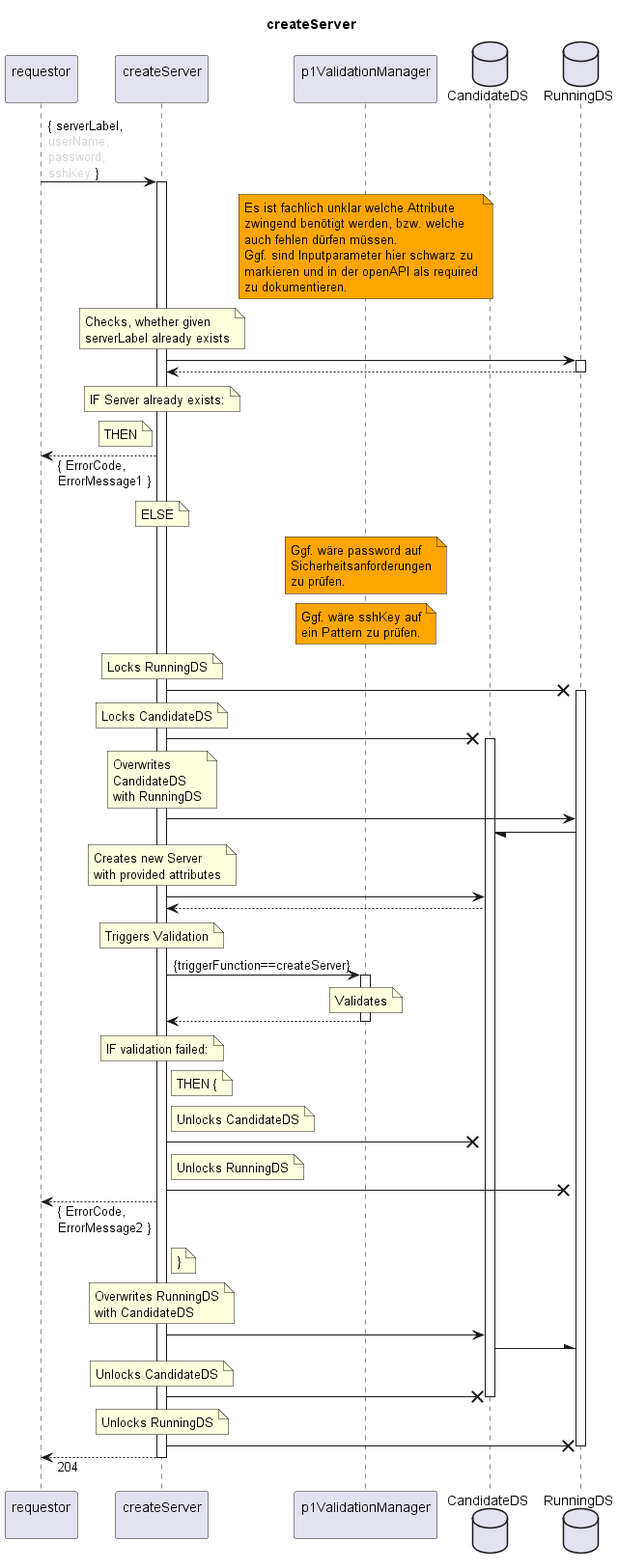
Before: spec/Services/createServer/1.0.0/createServer.png, a diagram exported from PlantUML (openBackhaul/FirmWareManager).
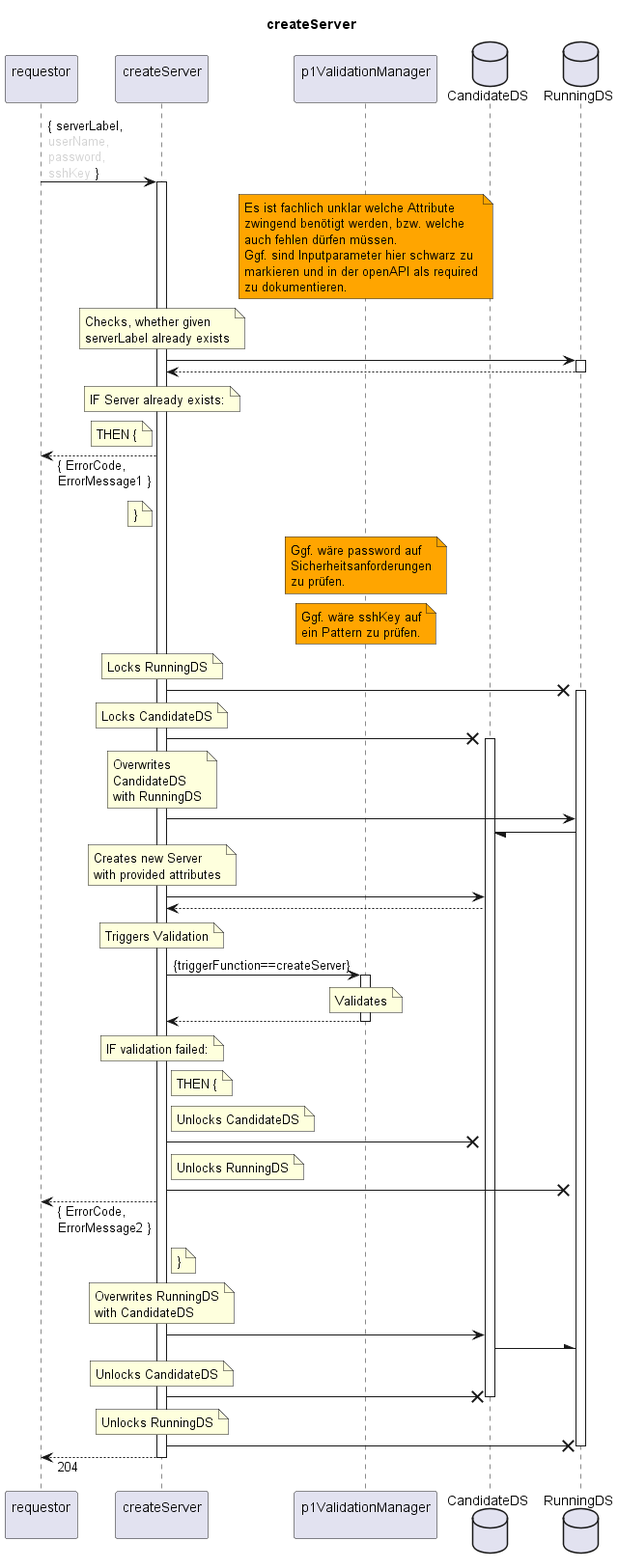
After the change.

The edit, as a diff of the source:
```diff
@@ -35,11 +35,11 @@
     IF Server already exists:
   end note
   note left indServ
-    THEN
+    THEN {
   end note
   requestor <-- indServ: { ErrorCode,\nErrorMessage1 }
-  note over indServ
-    ELSE
+  note left indServ
+    }
   end note
 
   note over valiMan #Orange
```
